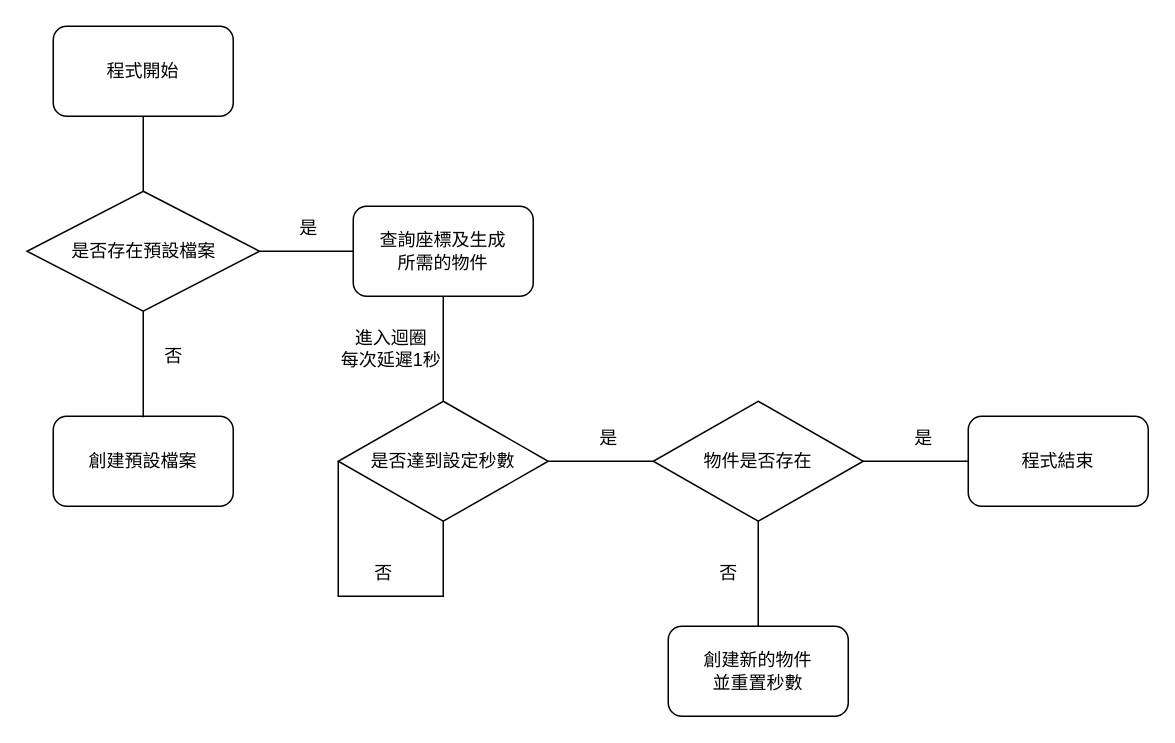
Above: 未命名绘图.drawio in davgo0103/Flow-Chart (draw.io), before the change. Source tidied: cells renumbered, new cells numbered last; positions are measured from the earlier drawing's top-left corner, leaving out a move shared by most shapes. Both pictures are drawn from the tidied source at 150%, with x=0, y=0 at pixel (26, 26).
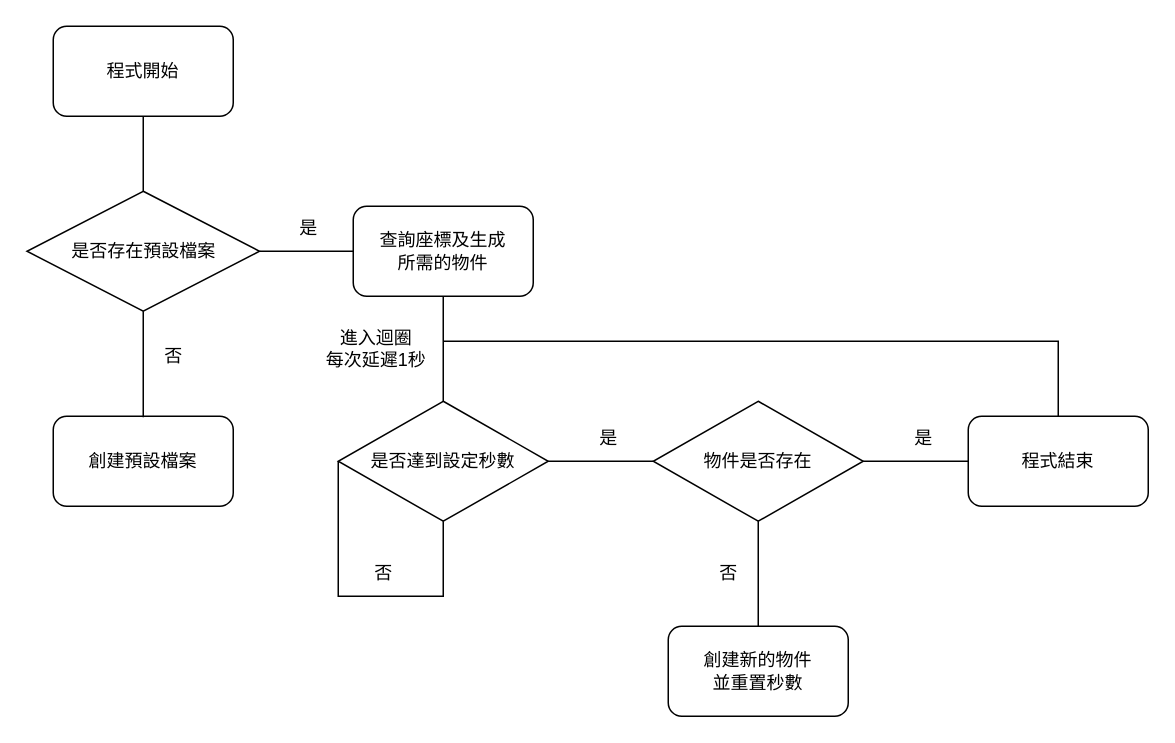
Above is the later version.

The change refers to these unchanged cells:
```xml
<mxCell id="24" value="程式結束" style="rounded=1;whiteSpace=wrap;html=1;" parent="1" vertex="1">
  <mxGeometry x="628" y="260" width="120" height="60" as="geometry" />
</mxCell>
```

Diff of the diagram source:
```diff
@@
     <mxCell id="13" value="進入迴圈&lt;br&gt;每次延遲1秒" style="text;html=1;align=center;verticalAlign=middle;strokeColor=none;fillColor=none;" parent="1" vertex="1">
-      <mxGeometry x="198" y="195" width="90" height="40" as="geometry" />
+      <mxGeometry x="188" y="195" width="90" height="40" as="geometry" />
     </mxCell>
@@
+    <mxCell id="25" style="endArrow=none;html=1;rounded=0;exitX=0.5;exitY=0;exitDx=0;exitDy=0;" parent="1" edge="1" source="24">
+      <mxGeometry relative="1" as="geometry">
+        <mxPoint x="278" y="210" as="targetPoint" />
+        <Array as="points">
+          <mxPoint x="688" y="210" />
+        </Array>
+      </mxGeometry>
+    </mxCell>
```
